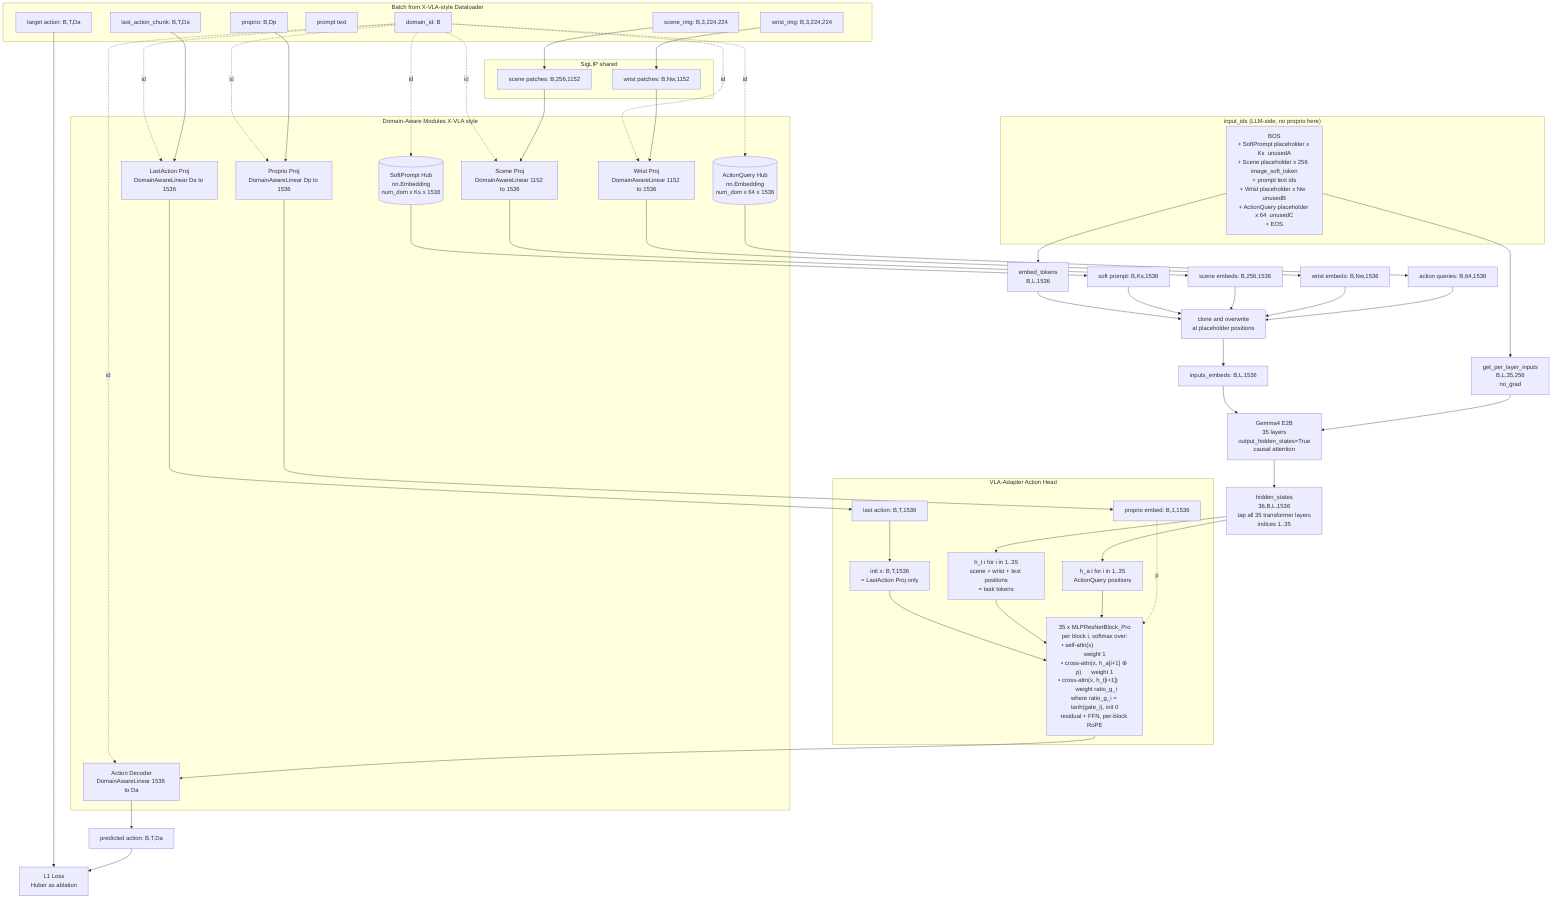
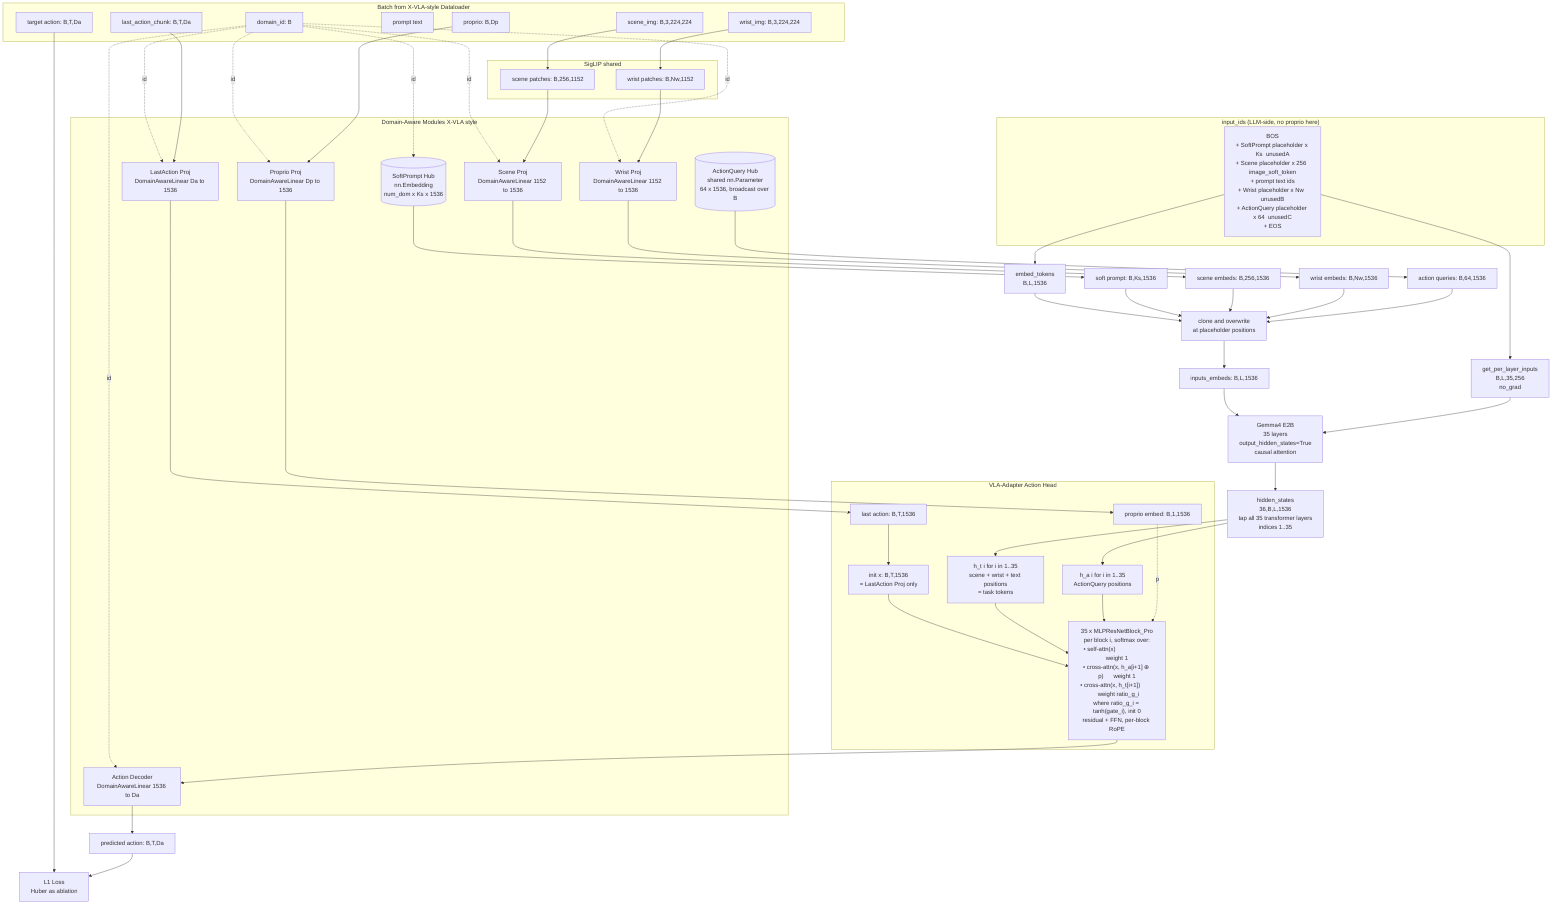
%% X-VLA-Adapter architecture (Gemma4-E2B + SigLIP + VLA-Adapter action head)
%% Status: design agreed (Pro variant, 35-block stack, L1 default + Huber ablation)
%% Conventions:
%%   - Hidden size H = 1536 (Gemma4 E2B text_config.hidden_size)
%%   - PLE dim = 256, num_hidden_layers = 35 (G3: hidden_size_per_layer_input)
%%   - Ks = 32 (soft prompt length)
%%   - Nw = 256 (wrist patch tokens, SigLIP raw)
%%   - T  = 8  (action chunk length, LIBERO default)
%%   - Da = 7  (action dim), Dp = 8 (proprio dim)
%%   - Action head: 35 x MLPResNetBlock_Pro, each block i consumes layer i+1
%%   - Per-block learnable gate: ratio_g_i = tanh(gate_i), init 0,
%%       gates the task-token (h_t) attention score only.
%%       self-attn and adapter (h_a + p) are not gated.
%%   - Loss: L1 default, Huber(beta=0.1) ablation switchable via config
flowchart TB
    %% =========================================================
    %% 1. Batch from X-VLA-style multi-domain dataloader
    %% =========================================================
    subgraph BATCH[Batch from X-VLA-style Dataloader]
        DI[domain_id: B]
        SI[scene_img: B,3,224,224]
        WI[wrist_img: B,3,224,224]
        TX[prompt text]
        PR[proprio: B,Dp]
        LA[last_action_chunk: B,T,Da]
        AT[target action: B,T,Da]
    end

    %% =========================================================
    %% 2. SigLIP shared encoder (scene + wrist)
    %% =========================================================
    subgraph SIGLIP[SigLIP shared]
        SI --> SCN[scene patches: B,256,1152]
        WI --> WRN[wrist patches: B,Nw,1152]
    end

    %% =========================================================
    %% 3. Domain-aware modules (X-VLA DomainAwareLinear / Embedding)
    %% =========================================================
    subgraph DA[Domain-Aware Modules X-VLA style]
        DI -. id .-> SP_HUB[(SoftPrompt Hub<br/>nn.Embedding<br/>num_dom x Ks x 1536)]
        DI -. id .-> SCN_PROJ[Scene Proj<br/>DomainAwareLinear 1152 to 1536]
        DI -. id .-> WRN_PROJ[Wrist Proj<br/>DomainAwareLinear 1152 to 1536]
        DI -. id .-> PROP_PROJ[Proprio Proj<br/>DomainAwareLinear Dp to 1536]
        DI -. id .-> LACT_PROJ[LastAction Proj<br/>DomainAwareLinear Da to 1536]
-         DI -. id .-> AQ_HUB[(ActionQuery Hub<br/>nn.Embedding<br/>num_dom x 64 x 1536)]
+         AQ_HUB[(ActionQuery Hub<br/>shared nn.Parameter<br/>64 x 1536, broadcast over B)]
        DI -. id .-> ADEC[Action Decoder<br/>DomainAwareLinear 1536 to Da]
    end

    SP_HUB --> SP_E[soft prompt: B,Ks,1536]
    SCN --> SCN_PROJ --> SCN_E[scene embeds: B,256,1536]
    WRN --> WRN_PROJ --> WRN_E[wrist embeds: B,Nw,1536]
    AQ_HUB --> AQ_E[action queries: B,64,1536]
    PR --> PROP_PROJ --> PROP_E[proprio embed: B,1,1536]
    LA --> LACT_PROJ --> LACT_E[last action: B,T,1536]

    %% =========================================================
    %% 4. input_ids construction (PaliGemma-style placeholders)
    %%    NOTE: Proprio is NOT in input_ids. It feeds the action head only.
    %% =========================================================
    subgraph IDS["input_ids (LLM-side, no proprio here)"]
        IDX["BOS<br/>+ SoftPrompt placeholder x Ks  unusedA<br/>+ Scene placeholder x 256  image_soft_token<br/>+ prompt text ids<br/>+ Wrist placeholder x Nw  unusedB<br/>+ ActionQuery placeholder x 64  unusedC<br/>+ EOS"]
    end

    %% =========================================================
    %% 5. Gemma4 dual input: PLE (from input_ids) + inputs_embeds (clone+overwrite)
    %% =========================================================
    IDX --> PLE[get_per_layer_inputs<br/>B,L,35,256<br/>no_grad]
    IDX --> EMB_T[embed_tokens<br/>B,L,1536]
    EMB_T --> CLONE[clone and overwrite<br/>at placeholder positions]

    SP_E --> CLONE
    SCN_E --> CLONE
    WRN_E --> CLONE
    AQ_E --> CLONE

    CLONE --> EMBS[inputs_embeds: B,L,1536]

    %% =========================================================
    %% 6. Gemma4 E2B forward
    %% =========================================================
    EMBS --> GEMMA[Gemma4 E2B<br/>35 layers<br/>output_hidden_states=True<br/>causal attention]
    PLE --> GEMMA
    GEMMA --> HID[hidden_states<br/>36,B,L,1536<br/>tap all 35 transformer layers<br/>indices 1..35]

    %% =========================================================
    %% 7. Per-layer slicing for action head conditioning
    %% =========================================================
    HID --> H_T[h_t i for i in 1..35<br/>scene + wrist + text positions<br/>= task tokens]
    HID --> H_A[h_a i for i in 1..35<br/>ActionQuery positions]

    %% =========================================================
    %% 8. Action Head (VLA-Adapter MLPResNetBlock_Pro stack)
    %%    35 blocks - one per transformer layer (block i takes layer i+1)
    %%    x is init by LastAction only. Proprio enters as p (no fuse).
    %% =========================================================
    subgraph HEAD[VLA-Adapter Action Head]
        LACT_E --> X0[init x: B,T,1536<br/>= LastAction Proj only]
        X0 --> BLK["35 x MLPResNetBlock_Pro<br/>per block i, softmax over:<br/>• self-attn(x)                     weight 1<br/>• cross-attn(x, h_a[i+1] ⊕ p)      weight 1<br/>• cross-attn(x, h_t[i+1])          weight ratio_g_i<br/>where ratio_g_i = tanh(gate_i), init 0<br/>residual + FFN, per-block RoPE"]
        H_T --> BLK
        H_A --> BLK
        PROP_E -. p .-> BLK
        BLK --> ADEC
    end

    ADEC --> PRED[predicted action: B,T,Da]
    AT --> LOSS[L1 Loss<br/>Huber as ablation]
    PRED --> LOSS
